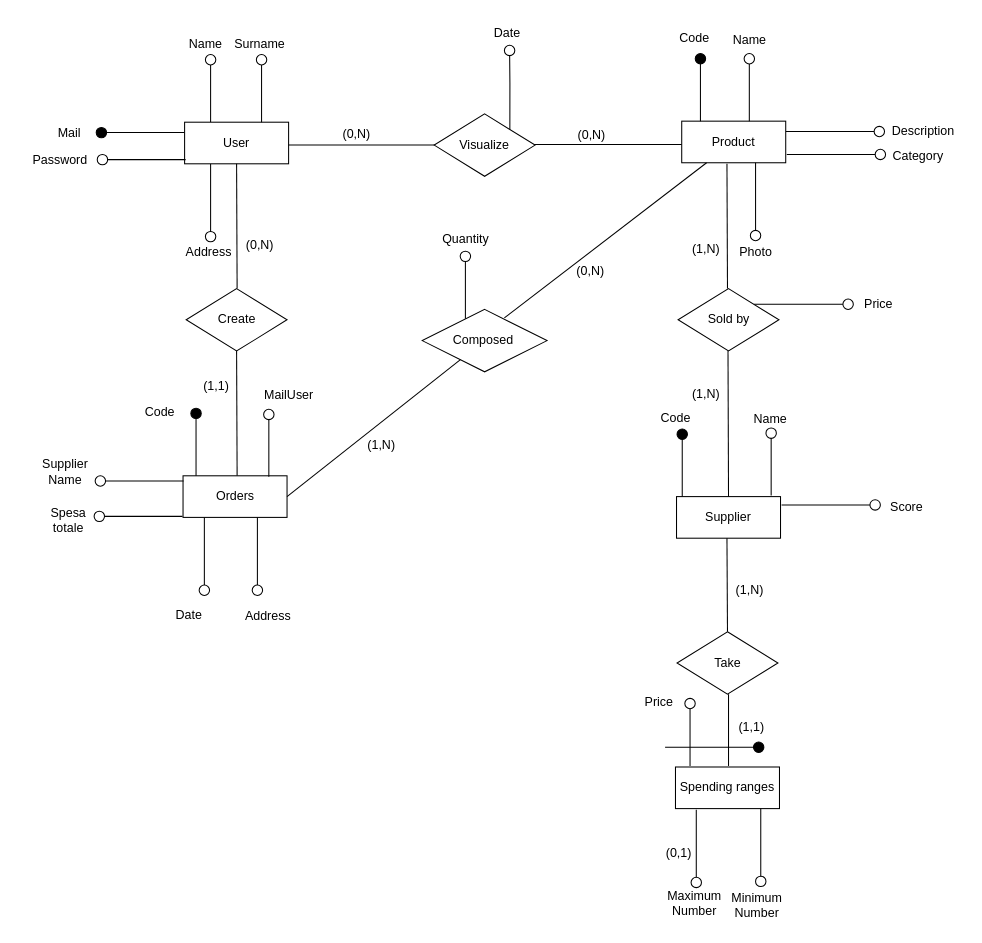
jakeeuu/TIW-project keeps this draw.io diagram as documents/entità relazione_ENG.drawio. Above is the earlier version. Source tidied: cells renumbered, new cells numbered last; positions are measured from the earlier drawing's top-left corner, leaving out a move shared by most shapes. Both pictures are drawn from the tidied source at 104%, with x=0, y=0 at pixel (18, 18).
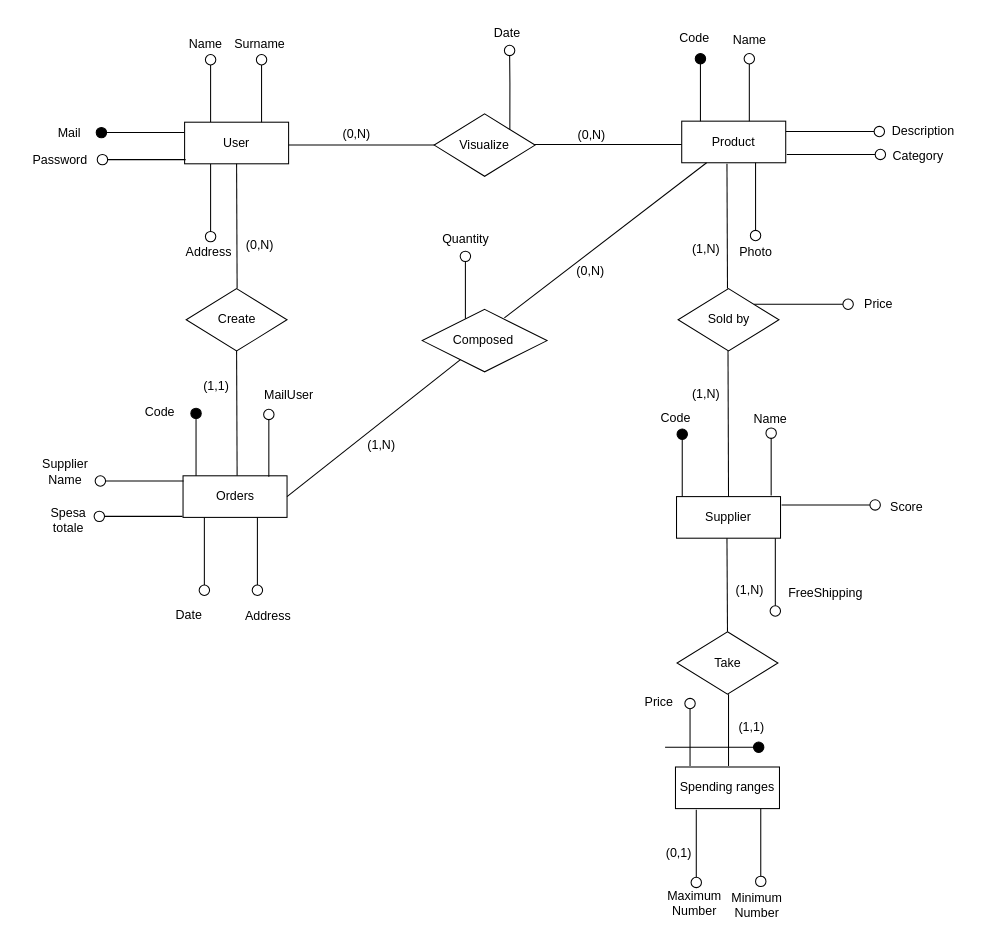
After the change.

What changed in the source:
```diff
@@
+    <mxCell id="84" style="edgeStyle=orthogonalEdgeStyle;rounded=0;orthogonalLoop=1;jettySize=auto;html=1;exitX=0.25;exitY=1;exitDx=0;exitDy=0;endArrow=oval;endFill=0;endSize=10;" parent="1" edge="1">
+      <mxGeometry relative="1" as="geometry">
+        <mxPoint x="728" y="500" as="sourcePoint" />
+        <mxPoint x="728" y="570" as="targetPoint" />
+      </mxGeometry>
+    </mxCell>
+    <mxCell id="85" value="FreeShipping" style="text;html=1;align=center;verticalAlign=middle;strokeColor=none;fillColor=none;" parent="1" vertex="1">
+      <mxGeometry x="730.5" y="538" width="90" height="30" as="geometry" />
+    </mxCell>
```
